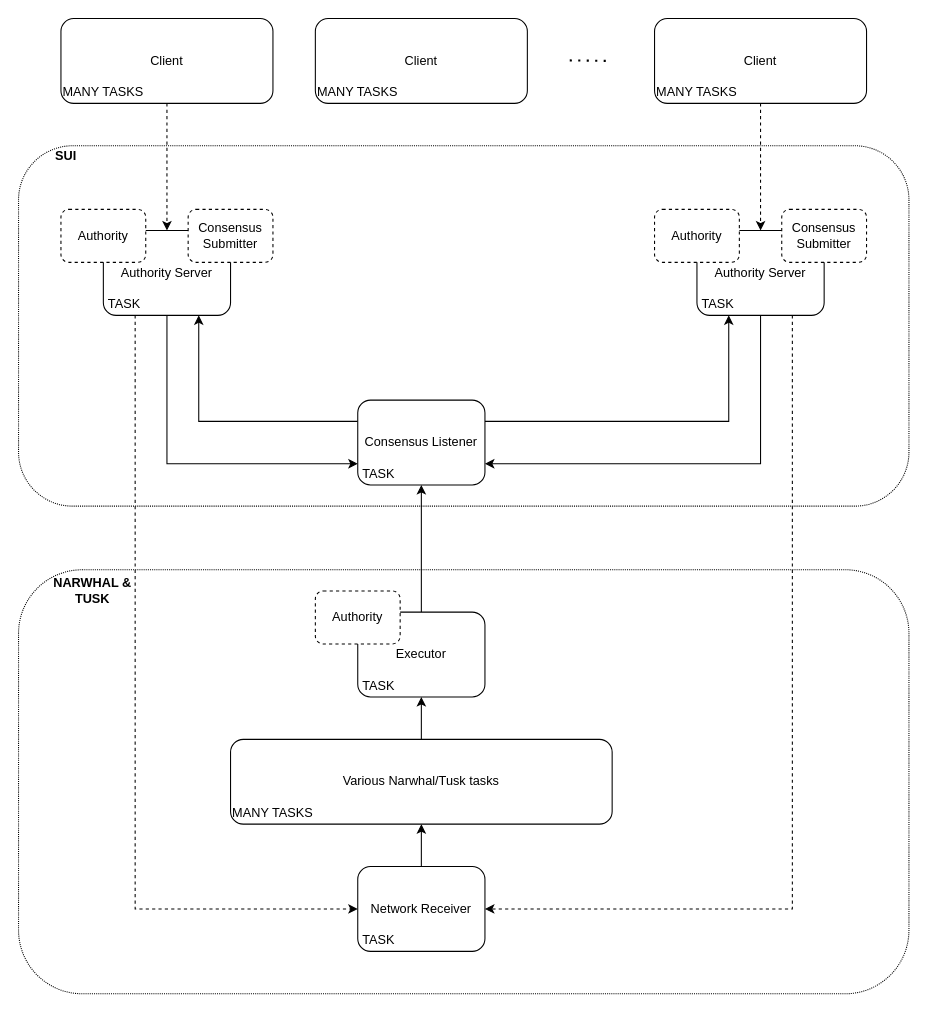
This is sui-narwhal.drawio from asonnino/various-diagrams, a draw.io file, before an edit. Source tidied: cells renumbered, new cells numbered last; positions are measured from the earlier drawing's top-left corner, leaving out a move shared by most shapes. Both pictures are drawn from the tidied source at 106%, with x=0, y=0 at pixel (18, 18).
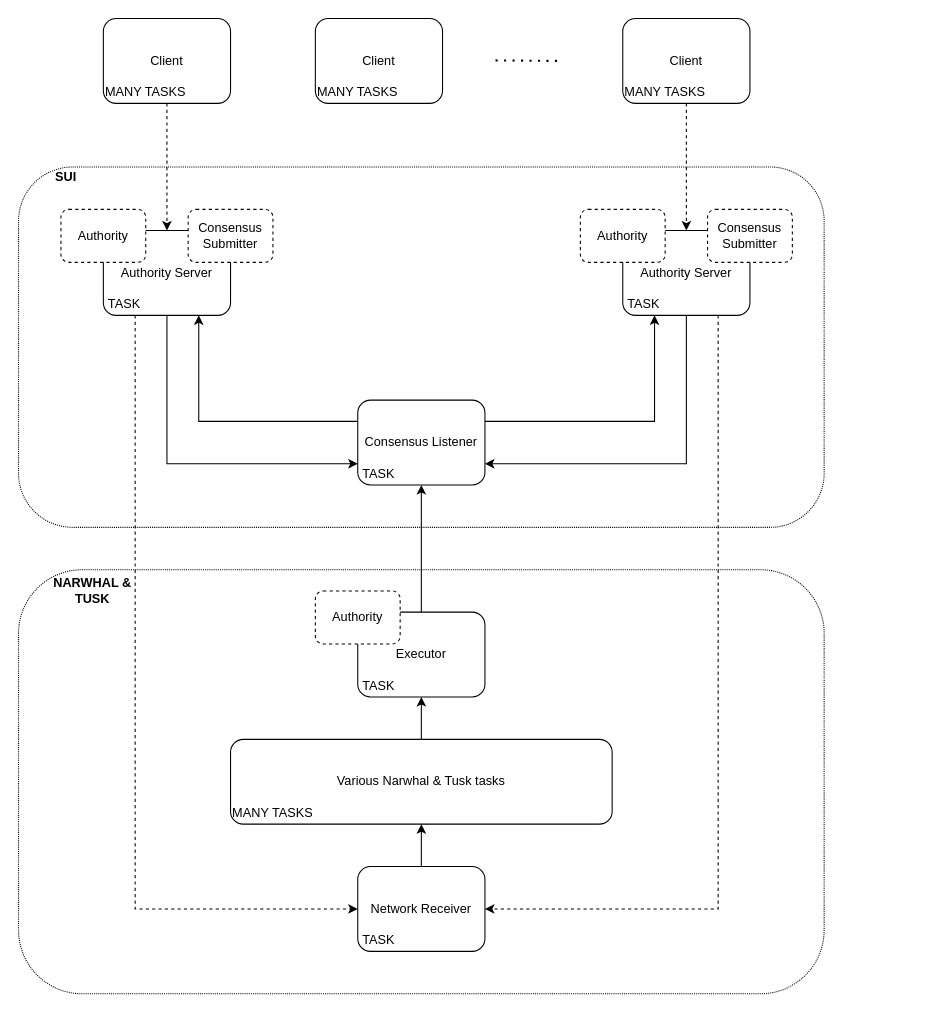
After the change.

The change refers to these unchanged cells:
```xml
<mxCell id="22" value="Consensus Listener" style="rounded=1;whiteSpace=wrap;html=1;gradientColor=#ffffff;" parent="1" vertex="1">
  <mxGeometry x="320" y="360" width="120" height="80" as="geometry" />
</mxCell>
<mxCell id="24" value="Network Receiver" style="rounded=1;whiteSpace=wrap;html=1;" parent="1" vertex="1">
  <mxGeometry x="320" y="800" width="120" height="80" as="geometry" />
</mxCell>
```

Change to the diagram source:
```diff
@@
     <mxCell id="2" style="rounded=1;whiteSpace=wrap;html=1;gradientColor=#ffffff;fillColor=none;dashed=1;dashPattern=1 1;" parent="1" vertex="1">
-      <mxGeometry y="120" width="840" height="340" as="geometry" />
+      <mxGeometry y="140" width="760" height="340" as="geometry" />
     </mxCell>
     <mxCell id="3" style="rounded=1;whiteSpace=wrap;html=1;gradientColor=#ffffff;fillColor=none;dashed=1;dashPattern=1 1;" parent="1" vertex="1">
-      <mxGeometry y="520" width="840" height="400" as="geometry" />
+      <mxGeometry y="520" width="760" height="400" as="geometry" />
     </mxCell>
@@
     <mxCell id="5" value="Client" style="rounded=1;whiteSpace=wrap;html=1;" parent="1" vertex="1">
-      <mxGeometry x="40" width="200" height="80" as="geometry" />
+      <mxGeometry x="80" width="120" height="80" as="geometry" />
     </mxCell>
@@
-    <mxCell id="11" value="Client" style="rounded=1;whiteSpace=wrap;html=1;" parent="1" vertex="1">
-      <mxGeometry x="280" width="200" height="80" as="geometry" />
-    </mxCell>
-    <mxCell id="12" style="edgeStyle=orthogonalEdgeStyle;rounded=0;jettySize=auto;html=1;entryX=0.5;entryY=0;entryDx=0;entryDy=0;dashed=1;startArrow=none;startFill=0;endArrow=classic;endFill=1;" parent="1" edge="1" source="13" target="16">
+    <mxCell id="12" style="edgeStyle=orthogonalEdgeStyle;rounded=0;jettySize=auto;html=1;entryX=0.5;entryY=0;entryDx=0;entryDy=0;dashed=1;startArrow=none;startFill=0;endArrow=classic;endFill=1;exitX=0.75;exitY=1;exitDx=0;exitDy=0;" parent="1" edge="1" source="38" target="16">
       <mxGeometry relative="1" as="geometry" />
     </mxCell>
-    <mxCell id="13" value="Client" style="rounded=1;whiteSpace=wrap;html=1;" parent="1" vertex="1">
-      <mxGeometry x="600" width="200" height="80" as="geometry" />
-    </mxCell>
     <mxCell id="14" style="edgeStyle=orthogonalEdgeStyle;rounded=0;jettySize=auto;html=1;entryX=1;entryY=0.75;entryDx=0;entryDy=0;startArrow=none;startFill=0;endArrow=classic;endFill=1;exitX=0.5;exitY=1;exitDx=0;exitDy=0;" parent="1" edge="1" source="16" target="22">
       <mxGeometry relative="1" as="geometry">
         <Array as="points">
-          <mxPoint x="700" y="420" />
+          <mxPoint x="630" y="420" />
         </Array>
       </mxGeometry>
     </mxCell>
     <mxCell id="15" style="edgeStyle=orthogonalEdgeStyle;rounded=0;jettySize=auto;html=1;entryX=1;entryY=0.5;entryDx=0;entryDy=0;startArrow=none;startFill=0;endArrow=classic;endFill=1;exitX=0.75;exitY=1;exitDx=0;exitDy=0;dashed=1;" parent="1" edge="1" source="16" target="24">
       <mxGeometry relative="1" as="geometry">
         <Array as="points">
-          <mxPoint x="730" y="840" />
+          <mxPoint x="660" y="840" />
         </Array>
       </mxGeometry>
     </mxCell>
     <mxCell id="16" value="Authority Server" style="rounded=1;whiteSpace=wrap;html=1;gradientColor=#ffffff;" parent="1" vertex="1">
-      <mxGeometry x="640" y="200" width="120" height="80" as="geometry" />
+      <mxGeometry x="570" y="200" width="120" height="80" as="geometry" />
     </mxCell>
     <mxCell id="17" value="Authority" style="rounded=1;whiteSpace=wrap;html=1;dashed=1;" parent="1" vertex="1">
-      <mxGeometry x="600" y="180" width="80" height="50" as="geometry" />
+      <mxGeometry x="530" y="180" width="80" height="50" as="geometry" />
     </mxCell>
     <mxCell id="18" value="Consensus Submitter" style="rounded=1;whiteSpace=wrap;html=1;dashed=1;" parent="1" vertex="1">
-      <mxGeometry x="720" y="180" width="80" height="50" as="geometry" />
+      <mxGeometry x="650" y="180" width="80" height="50" as="geometry" />
     </mxCell>
     <mxCell id="19" style="endArrow=none;dashed=1;html=1;dashPattern=1 3;strokeWidth=2;rounded=0;" parent="1" edge="1">
       <mxGeometry relative="1" as="geometry">
-        <mxPoint x="520" y="39.5" as="sourcePoint" />
-        <mxPoint x="560" y="40" as="targetPoint" />
+        <mxPoint x="450" y="39.5" as="sourcePoint" />
+        <mxPoint x="510" y="40" as="targetPoint" />
       </mxGeometry>
     </mxCell>
@@
-    <mxCell id="28" value="Various Narwhal/Tusk tasks" style="rounded=1;whiteSpace=wrap;html=1;" parent="1" vertex="1">
+    <mxCell id="28" value="Various Narwhal &amp;amp; Tusk tasks" style="rounded=1;whiteSpace=wrap;html=1;" parent="1" vertex="1">
       <mxGeometry x="200" y="680" width="360" height="80" as="geometry" />
     </mxCell>
@@
     <mxCell id="33" value="TASK" style="text;html=1;strokeColor=none;fillColor=none;align=center;verticalAlign=middle;whiteSpace=wrap;rounded=0;dashed=1;dashPattern=1 1;" parent="1" vertex="1">
-      <mxGeometry x="640" y="260" width="40" height="20" as="geometry" />
+      <mxGeometry x="570" y="260" width="40" height="20" as="geometry" />
     </mxCell>
@@
-    <mxCell id="36" value="MANY TASKS" style="text;html=1;strokeColor=none;fillColor=none;align=center;verticalAlign=middle;whiteSpace=wrap;rounded=0;dashed=1;dashPattern=1 1;" parent="1" vertex="1">
-      <mxGeometry x="280" y="60" width="80" height="20" as="geometry" />
-    </mxCell>
     <mxCell id="37" value="MANY TASKS" style="text;html=1;strokeColor=none;fillColor=none;align=center;verticalAlign=middle;whiteSpace=wrap;rounded=0;dashed=1;dashPattern=1 1;" parent="1" vertex="1">
-      <mxGeometry x="40" y="60" width="80" height="20" as="geometry" />
+      <mxGeometry x="80" y="60" width="80" height="20" as="geometry" />
     </mxCell>
-    <mxCell id="38" value="MANY TASKS" style="text;html=1;strokeColor=none;fillColor=none;align=center;verticalAlign=middle;whiteSpace=wrap;rounded=0;dashed=1;dashPattern=1 1;" parent="1" vertex="1">
-      <mxGeometry x="600" y="60" width="80" height="20" as="geometry" />
-    </mxCell>
     <mxCell id="39" value="&lt;b&gt;SUI&lt;/b&gt;" style="text;html=1;strokeColor=none;fillColor=none;align=center;verticalAlign=middle;whiteSpace=wrap;rounded=0;dashed=1;dashPattern=1 1;" parent="1" vertex="1">
-      <mxGeometry x="30" y="120" width="30" height="20" as="geometry" />
+      <mxGeometry x="30" y="140" width="30" height="20" as="geometry" />
     </mxCell>
@@
+    <mxCell id="41" value="Client" style="rounded=1;whiteSpace=wrap;html=1;" parent="1" vertex="1">
+      <mxGeometry x="280" width="120" height="80" as="geometry" />
+    </mxCell>
+    <mxCell id="36" value="MANY TASKS" style="text;html=1;strokeColor=none;fillColor=none;align=center;verticalAlign=middle;whiteSpace=wrap;rounded=0;dashed=1;dashPattern=1 1;" parent="1" vertex="1">
+      <mxGeometry x="280" y="60" width="80" height="20" as="geometry" />
+    </mxCell>
+    <mxCell id="42" value="Client" style="rounded=1;whiteSpace=wrap;html=1;" parent="1" vertex="1">
+      <mxGeometry x="570" width="120" height="80" as="geometry" />
+    </mxCell>
+    <mxCell id="38" value="MANY TASKS" style="text;html=1;strokeColor=none;fillColor=none;align=center;verticalAlign=middle;whiteSpace=wrap;rounded=0;dashed=1;dashPattern=1 1;" parent="1" vertex="1">
+      <mxGeometry x="570" y="60" width="80" height="20" as="geometry" />
+    </mxCell>
```
